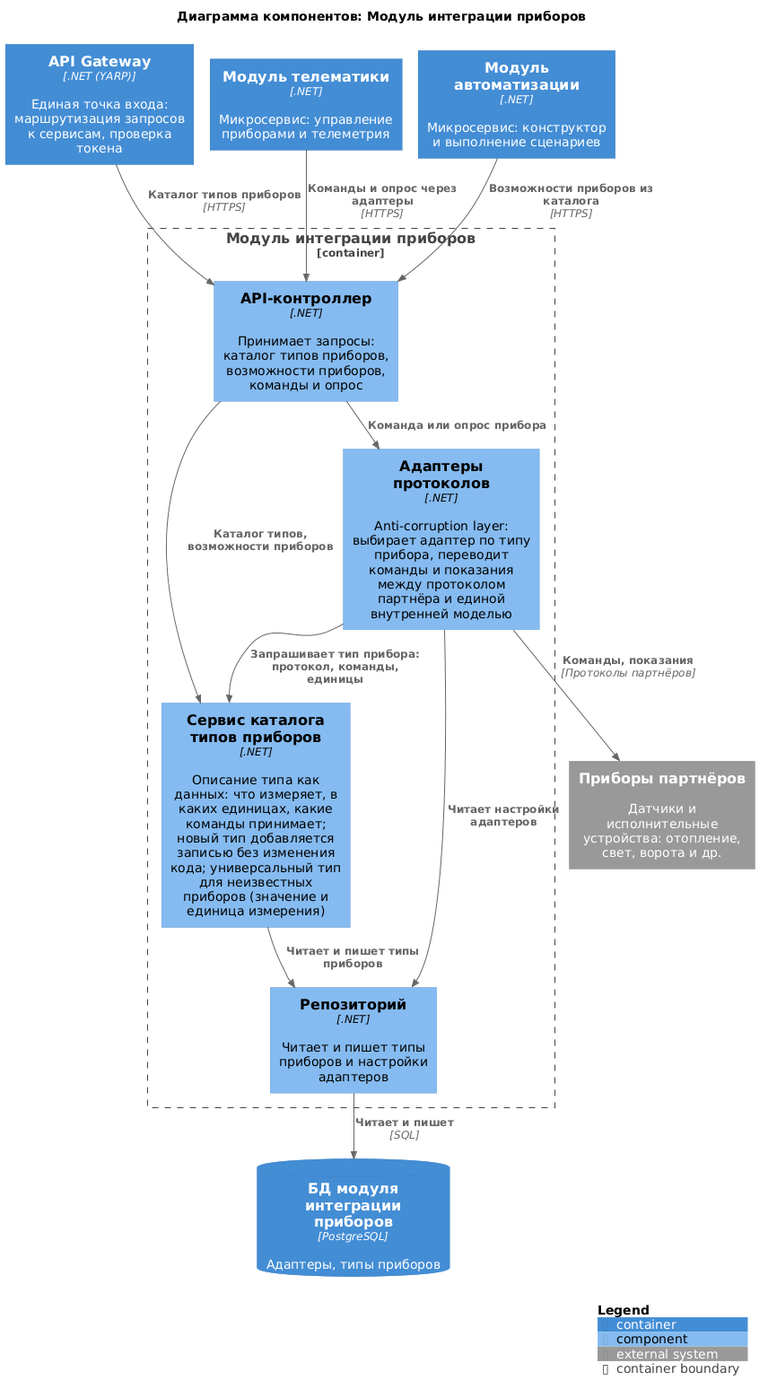
Before: diagrams/components/device-integration.png, a diagram exported from PlantUML (Lyamin-av/architecture-warmhouse).
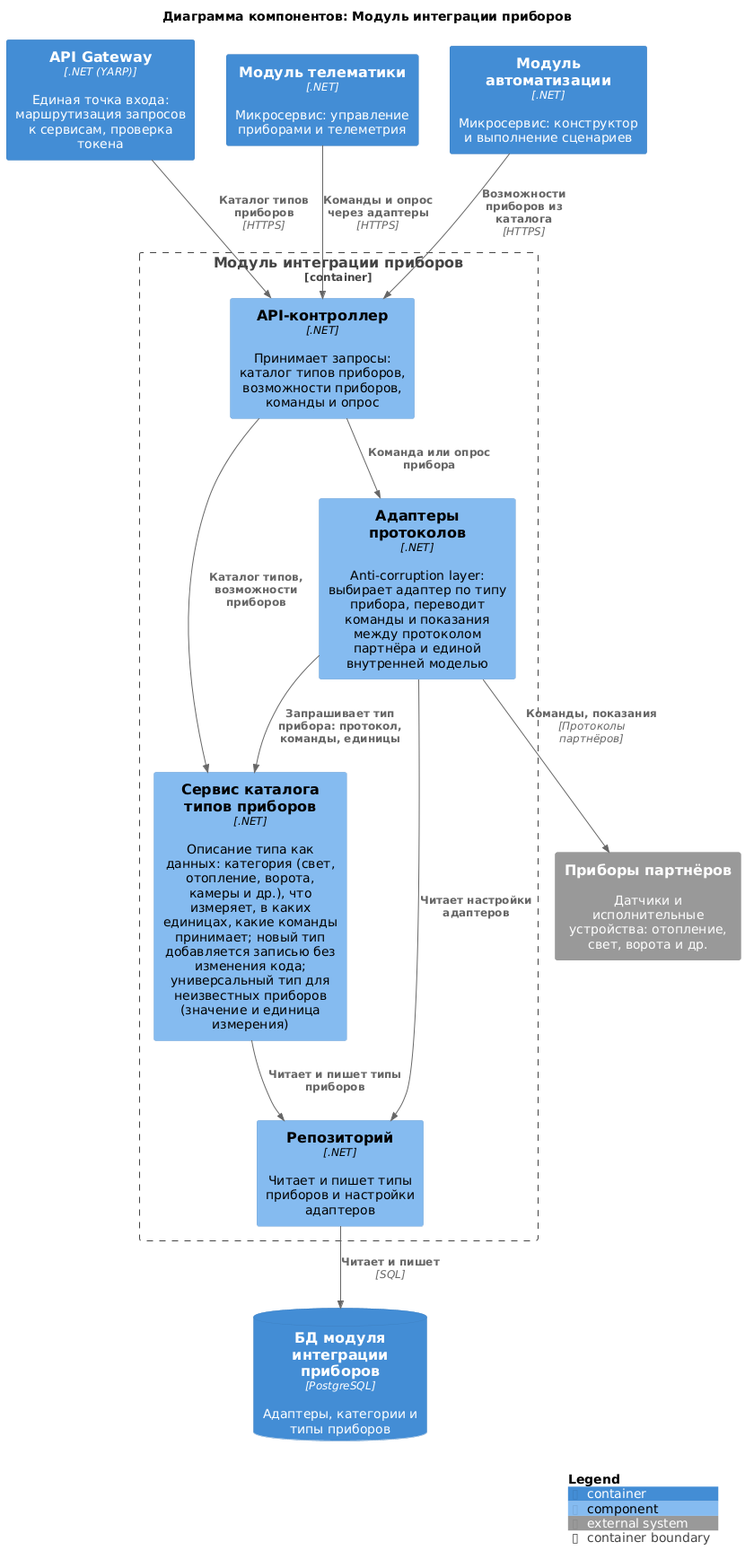
The same file after the commit.

What changed in the source:
```diff
@@ -7,11 +7,11 @@
 Container(Telematics, "Модуль телематики", ".NET", "Микросервис: управление приборами и телеметрия")
 Container(Automation, "Модуль автоматизации", ".NET", "Микросервис: конструктор и выполнение сценариев")
 System_Ext(devices, "Приборы партнёров", "Датчики и исполнительные устройства: отопление, свет, ворота и др.")
-ContainerDb(dbDIS, "БД модуля интеграции приборов", "PostgreSQL", "Адаптеры, типы приборов")
+ContainerDb(dbDIS, "БД модуля интеграции приборов", "PostgreSQL", "Адаптеры, категории и типы приборов")
 
 Container_Boundary(DeviceIntegration, "Модуль интеграции приборов") {
     Component(api, "API-контроллер", ".NET", "Принимает запросы: каталог типов приборов, возможности приборов, команды и опрос")
-    Component(catalog, "Сервис каталога типов приборов", ".NET", "Описание типа как данных: что измеряет, в каких единицах, какие команды принимает; новый тип добавляется записью без изменения кода; универсальный тип для неизвестных приборов (значение и единица измерения)")
+    Component(catalog, "Сервис каталога типов приборов", ".NET", "Описание типа как данных: категория (свет, отопление, ворота, камеры и др.), что измеряет, в каких единицах, какие команды принимает; новый тип добавляется записью без изменения кода; универсальный тип для неизвестных приборов (значение и единица измерения)")
     Component(adapters, "Адаптеры протоколов", ".NET", "Anti-corruption layer: выбирает адаптер по типу прибора, переводит команды и показания между протоколом партнёра и единой внутренней моделью")
     Component(repo, "Репозиторий", ".NET", "Читает и пишет типы приборов и настройки адаптеров")
 }
```
